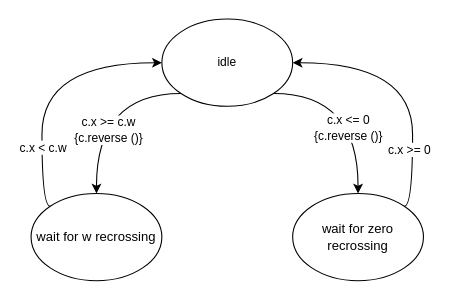
Earlier version of the draw.io diagram looper.drawio (guitarvydas/sm). Source tidied: cells renumbered, new cells numbered last; positions are measured from the earlier drawing's top-left corner, leaving out a move shared by most shapes. Both pictures are drawn from the tidied source at 109%, with x=0, y=0 at pixel (31, 19).
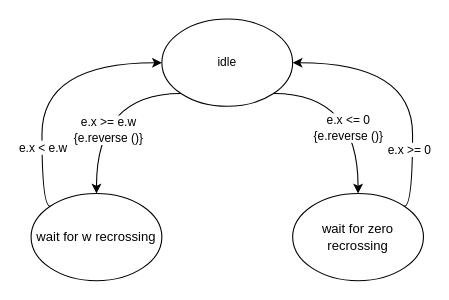
Above is the later version.

Diff of the diagram source:
```diff
@@
 <mxGraphModel>
   <root>
     <mxCell id="0" />
     <mxCell id="1" parent="0" />
     <mxCell id="2" style="edgeStyle=orthogonalEdgeStyle;shape=connector;curved=1;rounded=0;jettySize=auto;html=1;exitX=0;exitY=1;exitDx=0;exitDy=0;entryX=0.5;entryY=0;entryDx=0;entryDy=0;strokeColor=default;align=center;verticalAlign=middle;fontFamily=Helvetica;fontSize=11;fontColor=default;labelBackgroundColor=default;endArrow=classic;" parent="1" edge="1" source="6" target="9">
       <mxGeometry relative="1" as="geometry">
         <Array as="points">
           <mxPoint x="60" y="68" />
         </Array>
       </mxGeometry>
     </mxCell>
-    <mxCell id="3" value="c.x &amp;gt;= c.w&lt;div&gt;{c.reverse ()}&lt;/div&gt;" style="edgeLabel;html=1;align=center;verticalAlign=middle;fontFamily=Helvetica;fontSize=11;fontColor=default;labelBackgroundColor=default;" parent="2" vertex="1">
+    <mxCell id="3" value="e.x &amp;gt;= e.w&lt;div&gt;{e.reverse ()}&lt;/div&gt;" style="edgeLabel;html=1;align=center;verticalAlign=middle;fontFamily=Helvetica;fontSize=11;fontColor=default;labelBackgroundColor=default;" parent="2" vertex="1">
       <mxGeometry x="0.31" y="10" relative="1" as="geometry" />
     </mxCell>
     <mxCell id="4" style="edgeStyle=orthogonalEdgeStyle;shape=connector;curved=1;rounded=0;jettySize=auto;html=1;exitX=1;exitY=1;exitDx=0;exitDy=0;entryX=0.5;entryY=0;entryDx=0;entryDy=0;strokeColor=default;align=center;verticalAlign=middle;fontFamily=Helvetica;fontSize=11;fontColor=default;labelBackgroundColor=default;endArrow=classic;" parent="1" edge="1" source="6" target="12">
       <mxGeometry relative="1" as="geometry">
         <Array as="points">
           <mxPoint x="300" y="68" />
         </Array>
       </mxGeometry>
     </mxCell>
-    <mxCell id="5" value="c.x &amp;lt;= 0&lt;div&gt;{c.reverse ()}&lt;/div&gt;" style="edgeLabel;html=1;align=center;verticalAlign=middle;fontFamily=Helvetica;fontSize=11;fontColor=default;labelBackgroundColor=default;" parent="4" vertex="1">
+    <mxCell id="5" value="e.x &amp;lt;= 0&lt;div&gt;{e.reverse ()}&lt;/div&gt;" style="edgeLabel;html=1;align=center;verticalAlign=middle;fontFamily=Helvetica;fontSize=11;fontColor=default;labelBackgroundColor=default;" parent="4" vertex="1">
       <mxGeometry x="0.43" y="-7" relative="1" as="geometry">
         <mxPoint x="-3" y="-12" as="offset" />
       </mxGeometry>
     </mxCell>
     <mxCell id="6" value="idle" style="ellipse;whiteSpace=wrap;html=1;fontFamily=Helvetica;fontSize=11;fontColor=default;labelBackgroundColor=none;" parent="1" vertex="1">
       <mxGeometry x="120" width="120" height="80" as="geometry" />
     </mxCell>
     <mxCell id="7" style="edgeStyle=orthogonalEdgeStyle;shape=connector;curved=1;rounded=0;jettySize=auto;html=1;exitX=0;exitY=0;exitDx=0;exitDy=0;entryX=0;entryY=0.5;entryDx=0;entryDy=0;strokeColor=default;align=center;verticalAlign=middle;fontFamily=Helvetica;fontSize=11;fontColor=default;labelBackgroundColor=default;endArrow=classic;" parent="1" edge="1" source="9" target="6">
       <mxGeometry relative="1" as="geometry">
         <Array as="points">
           <mxPoint x="10" y="172" />
           <mxPoint x="10" y="40" />
         </Array>
       </mxGeometry>
     </mxCell>
-    <mxCell id="8" value="c.x &amp;lt; c.w" style="edgeLabel;html=1;align=center;verticalAlign=middle;fontFamily=Helvetica;fontSize=11;fontColor=default;labelBackgroundColor=default;" parent="7" vertex="1">
+    <mxCell id="8" value="e.x &amp;lt; e.w" style="edgeLabel;html=1;align=center;verticalAlign=middle;fontFamily=Helvetica;fontSize=11;fontColor=default;labelBackgroundColor=default;" parent="7" vertex="1">
       <mxGeometry x="-0.5" relative="1" as="geometry" />
     </mxCell>
     <mxCell id="9" value="&lt;div style=&quot;font-size: 12px;&quot;&gt;wait for w recrossing&lt;/div&gt;" style="ellipse;whiteSpace=wrap;html=1;fontFamily=Helvetica;fontSize=11;fontColor=default;labelBackgroundColor=none;" parent="1" vertex="1">
       <mxGeometry y="160" width="120" height="80" as="geometry" />
     </mxCell>
     <mxCell id="10" style="edgeStyle=orthogonalEdgeStyle;shape=connector;curved=1;rounded=0;jettySize=auto;html=1;exitX=1;exitY=0;exitDx=0;exitDy=0;entryX=1;entryY=0.5;entryDx=0;entryDy=0;strokeColor=default;align=center;verticalAlign=middle;fontFamily=Helvetica;fontSize=11;fontColor=default;labelBackgroundColor=default;endArrow=classic;" parent="1" edge="1" source="12" target="6">
       <mxGeometry relative="1" as="geometry">
         <Array as="points">
           <mxPoint x="350" y="172" />
           <mxPoint x="350" y="40" />
         </Array>
       </mxGeometry>
     </mxCell>
-    <mxCell id="11" value="c.x &amp;gt;= 0" style="edgeLabel;html=1;align=center;verticalAlign=middle;fontFamily=Helvetica;fontSize=11;fontColor=default;labelBackgroundColor=default;" parent="10" vertex="1">
+    <mxCell id="11" value="e.x &amp;gt;= 0" style="edgeLabel;html=1;align=center;verticalAlign=middle;fontFamily=Helvetica;fontSize=11;fontColor=default;labelBackgroundColor=default;" parent="10" vertex="1">
       <mxGeometry x="-0.52" y="4" relative="1" as="geometry" />
     </mxCell>
     <mxCell id="12" value="&lt;div style=&quot;font-size: 12px;&quot;&gt;wait for zero recrossing&lt;/div&gt;" style="ellipse;whiteSpace=wrap;html=1;fontFamily=Helvetica;fontSize=11;fontColor=default;labelBackgroundColor=none;" parent="1" vertex="1">
       <mxGeometry x="240" y="160" width="120" height="80" as="geometry" />
     </mxCell>
   </root>
 </mxGraphModel>
```
